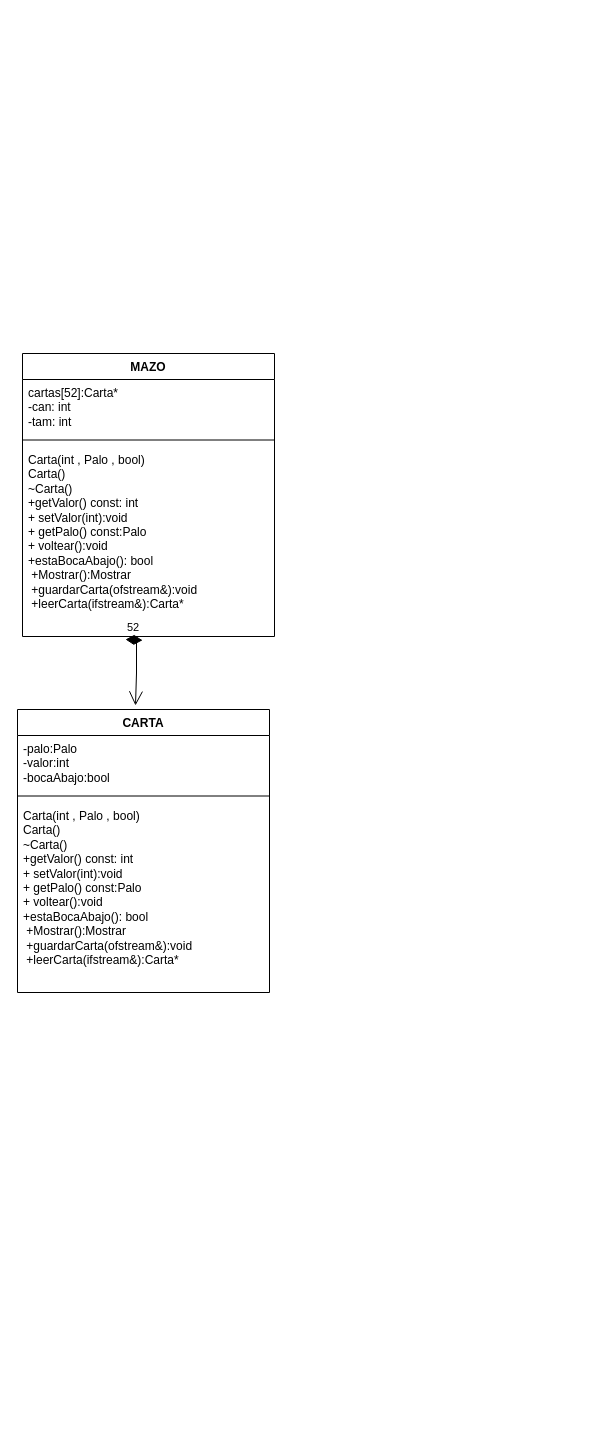
Before: page "Page-1" (1 of 2) of Proyecto p1 Blackjack/Diagrama sin título.drawio in KathSSs/Proyecto-p1-Blackjack, a draw.io diagram. Source tidied: cells renumbered, new cells numbered last; positions are measured from the earlier drawing's top-left corner, leaving out a move shared by most shapes. Both pictures are drawn from the tidied source at 100%, with x=0, y=0 at pixel (17, 353).
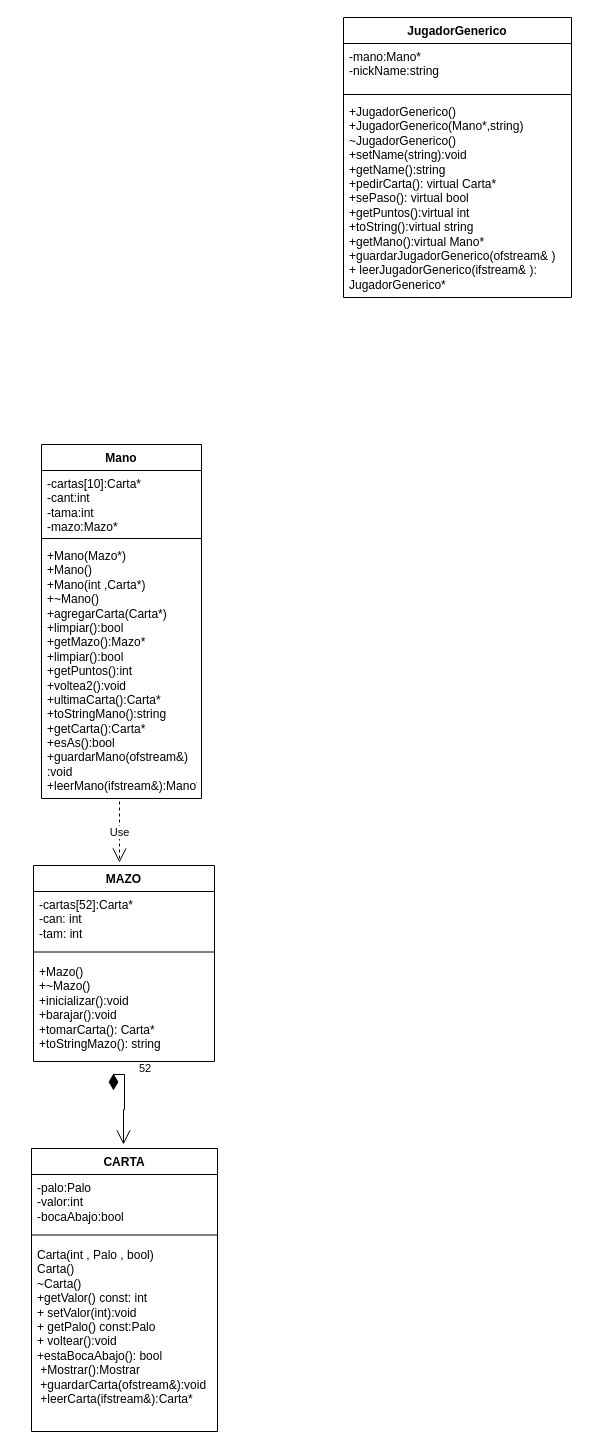
The same diagram, later.

What changed in the source:
```diff
@@
     <mxCell id="2" value="CARTA" style="swimlane;fontStyle=1;align=center;verticalAlign=top;horizontal=1;startSize=26;whiteSpace=wrap;html=1;" parent="1" vertex="1">
-      <mxGeometry y="356" width="252" height="283" as="geometry" />
+      <mxGeometry x="14" y="795" width="186" height="283" as="geometry" />
     </mxCell>
     <mxCell id="3" value="-palo:Palo&lt;br&gt;-valor:int&amp;nbsp;&lt;br&gt;-bocaAbajo:bool" style="text;strokeColor=none;fillColor=none;align=left;verticalAlign=top;spacingLeft=4;spacingRight=4;overflow=hidden;whiteSpace=wrap;html=1;" parent="2" vertex="1">
-      <mxGeometry y="26" width="252" height="54" as="geometry" />
+      <mxGeometry y="26" width="186" height="54" as="geometry" />
     </mxCell>
     <mxCell id="4" style="line;strokeWidth=1;fillColor=none;align=left;verticalAlign=middle;spacingTop=-1;spacingLeft=3;spacingRight=3;labelPosition=right;strokeColor=inherit;" parent="2" vertex="1">
-      <mxGeometry y="80" width="252" height="13" as="geometry" />
+      <mxGeometry y="80" width="186" height="13" as="geometry" />
     </mxCell>
     <mxCell id="5" value="&lt;div&gt;Carta(int , Palo , bool)&lt;/div&gt;&lt;div&gt;Carta()&lt;/div&gt;&lt;div&gt;~Carta()&lt;/div&gt;&lt;div&gt;&lt;div&gt;+getValor() const: int&amp;nbsp;&lt;/div&gt;&lt;div&gt;+ setValor(int):void&lt;/div&gt;&lt;div&gt;+ getPalo() const:Palo&amp;nbsp;&lt;/div&gt;&lt;div&gt;+ voltear():void&lt;/div&gt;&lt;/div&gt;&lt;div&gt;&lt;div&gt;+estaBocaAbajo(): bool&lt;/div&gt;&lt;div&gt;&amp;nbsp;+Mostrar():Mostrar&lt;/div&gt;&lt;div&gt;&amp;nbsp;+guardarCarta(ofstream&amp;amp;):void&lt;/div&gt;&lt;div&gt;&amp;nbsp;+leerCarta(ifstream&amp;amp;):Carta*&lt;/div&gt;&lt;/div&gt;" style="text;strokeColor=none;fillColor=none;align=left;verticalAlign=top;spacingLeft=4;spacingRight=4;overflow=hidden;whiteSpace=wrap;html=1;" parent="2" vertex="1">
-      <mxGeometry y="93" width="252" height="190" as="geometry" />
+      <mxGeometry y="93" width="186" height="190" as="geometry" />
     </mxCell>
     <mxCell id="6" value="MAZO" style="swimlane;fontStyle=1;align=center;verticalAlign=top;horizontal=1;startSize=26;whiteSpace=wrap;html=1;" parent="1" vertex="1">
-      <mxGeometry x="5" width="252" height="283" as="geometry" />
+      <mxGeometry x="16" y="512" width="181" height="196" as="geometry" />
     </mxCell>
-    <mxCell id="7" value="&lt;div&gt;cartas[52]:Carta*&lt;/div&gt;&lt;div&gt;-can: int&lt;/div&gt;&lt;div&gt;-tam: int&lt;/div&gt;" style="text;strokeColor=none;fillColor=none;align=left;verticalAlign=top;spacingLeft=4;spacingRight=4;overflow=hidden;whiteSpace=wrap;html=1;" parent="6" vertex="1">
-      <mxGeometry y="26" width="252" height="54" as="geometry" />
+    <mxCell id="7" value="&lt;div&gt;-cartas[52]:Carta*&lt;/div&gt;&lt;div&gt;-can: int&lt;/div&gt;&lt;div&gt;-tam: int&lt;/div&gt;" style="text;strokeColor=none;fillColor=none;align=left;verticalAlign=top;spacingLeft=4;spacingRight=4;overflow=hidden;whiteSpace=wrap;html=1;" parent="6" vertex="1">
+      <mxGeometry y="26" width="181" height="54" as="geometry" />
     </mxCell>
     <mxCell id="8" style="line;strokeWidth=1;fillColor=none;align=left;verticalAlign=middle;spacingTop=-1;spacingLeft=3;spacingRight=3;labelPosition=right;strokeColor=inherit;" parent="6" vertex="1">
-      <mxGeometry y="80" width="252" height="13" as="geometry" />
+      <mxGeometry y="80" width="181" height="13" as="geometry" />
     </mxCell>
-    <mxCell id="9" value="&lt;div&gt;Carta(int , Palo , bool)&lt;/div&gt;&lt;div&gt;Carta()&lt;/div&gt;&lt;div&gt;~Carta()&lt;/div&gt;&lt;div&gt;&lt;div&gt;+getValor() const: int&amp;nbsp;&lt;/div&gt;&lt;div&gt;+ setValor(int):void&lt;/div&gt;&lt;div&gt;+ getPalo() const:Palo&amp;nbsp;&lt;/div&gt;&lt;div&gt;+ voltear():void&lt;/div&gt;&lt;/div&gt;&lt;div&gt;&lt;div&gt;+estaBocaAbajo(): bool&lt;/div&gt;&lt;div&gt;&amp;nbsp;+Mostrar():Mostrar&lt;/div&gt;&lt;div&gt;&amp;nbsp;+guardarCarta(ofstream&amp;amp;):void&lt;/div&gt;&lt;div&gt;&amp;nbsp;+leerCarta(ifstream&amp;amp;):Carta*&lt;/div&gt;&lt;/div&gt;" style="text;strokeColor=none;fillColor=none;align=left;verticalAlign=top;spacingLeft=4;spacingRight=4;overflow=hidden;whiteSpace=wrap;html=1;" parent="6" vertex="1">
-      <mxGeometry y="93" width="252" height="190" as="geometry" />
+    <mxCell id="9" value="&lt;div&gt;+Mazo()&lt;/div&gt;&lt;div&gt;+~Mazo()&lt;/div&gt;&lt;div&gt;+inicializar():void&lt;/div&gt;&lt;div&gt;+barajar():void&lt;/div&gt;&lt;div&gt;+tomarCarta(): Carta*&lt;/div&gt;&lt;div&gt;+toStringMazo(): string&amp;nbsp;&lt;/div&gt;" style="text;strokeColor=none;fillColor=none;align=left;verticalAlign=top;spacingLeft=4;spacingRight=4;overflow=hidden;whiteSpace=wrap;html=1;" parent="6" vertex="1">
+      <mxGeometry y="93" width="181" height="103" as="geometry" />
     </mxCell>
     <mxCell id="10" value="52" style="endArrow=open;html=1;endSize=12;startArrow=diamondThin;startSize=14;startFill=1;edgeStyle=orthogonalEdgeStyle;align=left;verticalAlign=bottom;rounded=0;" parent="1" edge="1">
-      <mxGeometry x="-1" y="3" relative="1" as="geometry">
-        <mxPoint x="108" y="286" as="sourcePoint" />
-        <mxPoint x="118" y="352" as="targetPoint" />
+      <mxGeometry x="-0.65" y="13" relative="1" as="geometry">
+        <mxPoint x="96" y="720" as="sourcePoint" />
+        <mxPoint x="106" y="791" as="targetPoint" />
+        <Array as="points">
+          <mxPoint x="107" y="721" />
+          <mxPoint x="107" y="756" />
+          <mxPoint x="106" y="756" />
+        </Array>
       </mxGeometry>
     </mxCell>
+    <mxCell id="11" value="Use" style="endArrow=open;endSize=12;dashed=1;html=1;rounded=0;" parent="1" edge="1">
+      <mxGeometry relative="1" as="geometry">
+        <mxPoint x="102" y="448" as="sourcePoint" />
+        <mxPoint x="102" y="509" as="targetPoint" />
+      </mxGeometry>
+    </mxCell>
+    <mxCell id="12" value="Mano" style="swimlane;fontStyle=1;align=center;verticalAlign=top;horizontal=1;startSize=26;whiteSpace=wrap;html=1;" parent="1" vertex="1">
+      <mxGeometry x="24" y="91" width="160" height="354" as="geometry" />
+    </mxCell>
+    <mxCell id="13" value="&lt;div&gt;-cartas[10]:Carta*&lt;/div&gt;&lt;div&gt;-cant:int&lt;/div&gt;&lt;div&gt;-tama:int&amp;nbsp;&lt;/div&gt;&lt;div&gt;-mazo:Mazo*&lt;/div&gt;" style="text;strokeColor=none;fillColor=none;align=left;verticalAlign=top;spacingLeft=4;spacingRight=4;overflow=hidden;whiteSpace=wrap;html=1;" parent="12" vertex="1">
+      <mxGeometry y="26" width="160" height="64" as="geometry" />
+    </mxCell>
+    <mxCell id="14" style="line;strokeWidth=1;fillColor=none;align=left;verticalAlign=middle;spacingTop=-1;spacingLeft=3;spacingRight=3;labelPosition=right;strokeColor=inherit;" parent="12" vertex="1">
+      <mxGeometry y="90" width="160" height="8" as="geometry" />
+    </mxCell>
+    <mxCell id="15" value="&lt;div&gt;+Mano(Mazo*)&lt;/div&gt;&lt;div&gt;+Mano()&lt;/div&gt;&lt;div&gt;+Mano(int ,Carta*)&lt;/div&gt;&lt;div&gt;+~Mano()&lt;/div&gt;&lt;div&gt;+agregarCarta(Carta*)&lt;/div&gt;&lt;div&gt;+limpiar():bool&lt;/div&gt;&lt;div&gt;+getMazo():Mazo*&amp;nbsp;&lt;/div&gt;&lt;div&gt;&lt;div&gt;+limpiar():bool&lt;/div&gt;&lt;div&gt;&lt;span style=&quot;background-color: initial;&quot;&gt;+getPuntos():int&lt;/span&gt;&lt;/div&gt;&lt;div&gt;+voltea2():void&lt;/div&gt;&lt;div&gt;+ultimaCarta():Carta*&lt;/div&gt;&lt;div&gt;+toStringMano():string&lt;/div&gt;&lt;div&gt;+getCarta():Carta*&lt;/div&gt;&lt;div&gt;+esAs():bool&amp;nbsp;&lt;/div&gt;&lt;/div&gt;&lt;div&gt;&lt;div&gt;+guardarMano(ofstream&amp;amp;)&lt;/div&gt;&lt;div&gt;:void&lt;/div&gt;&lt;div&gt;+leerMano(ifstream&amp;amp;):Mano*&lt;/div&gt;&lt;/div&gt;" style="text;strokeColor=none;fillColor=none;align=left;verticalAlign=top;spacingLeft=4;spacingRight=4;overflow=hidden;whiteSpace=wrap;html=1;" parent="12" vertex="1">
+      <mxGeometry y="98" width="160" height="256" as="geometry" />
+    </mxCell>
+    <mxCell id="16" value="JugadorGenerico" style="swimlane;fontStyle=1;align=center;verticalAlign=top;horizontal=1;startSize=26;whiteSpace=wrap;html=1;" parent="1" vertex="1">
+      <mxGeometry x="326" y="-336" width="228" height="280" as="geometry" />
+    </mxCell>
+    <mxCell id="17" value="&lt;div&gt;-mano:Mano*&lt;/div&gt;&lt;div&gt;-nickName:string&lt;/div&gt;" style="text;strokeColor=none;fillColor=none;align=left;verticalAlign=top;spacingLeft=4;spacingRight=4;overflow=hidden;whiteSpace=wrap;html=1;" parent="16" vertex="1">
+      <mxGeometry y="26" width="228" height="47" as="geometry" />
+    </mxCell>
+    <mxCell id="18" style="line;strokeWidth=1;fillColor=none;align=left;verticalAlign=middle;spacingTop=-1;spacingLeft=3;spacingRight=3;labelPosition=right;strokeColor=inherit;" parent="16" vertex="1">
+      <mxGeometry y="73" width="228" height="8" as="geometry" />
+    </mxCell>
+    <mxCell id="19" value="&lt;div&gt;+JugadorGenerico()&lt;/div&gt;&lt;div&gt;+JugadorGenerico(Mano*,string)&lt;/div&gt;&lt;div&gt;~JugadorGenerico()&lt;/div&gt;&lt;div&gt;+setName(string):void&lt;/div&gt;&lt;div&gt;+getName():string&lt;/div&gt;&lt;div&gt;+pedirCarta(): virtual Carta*&lt;/div&gt;&lt;div&gt;&lt;span style=&quot;background-color: initial;&quot;&gt;+sePaso(): virtual bool&lt;/span&gt;&lt;/div&gt;&lt;div&gt;+getPuntos():virtual int&lt;/div&gt;&lt;div&gt;+toString():virtual string&lt;/div&gt;&lt;div&gt;+getMano():virtual Mano*&amp;nbsp;&amp;nbsp;&lt;/div&gt;&lt;div&gt;+guardarJugadorGenerico(ofstream&amp;amp; )&lt;/div&gt;&lt;div&gt;+ leerJugadorGenerico(ifstream&amp;amp; ): JugadorGenerico*&lt;/div&gt;" style="text;strokeColor=none;fillColor=none;align=left;verticalAlign=top;spacingLeft=4;spacingRight=4;overflow=hidden;whiteSpace=wrap;html=1;" parent="16" vertex="1">
+      <mxGeometry y="81" width="228" height="199" as="geometry" />
+    </mxCell>
```
